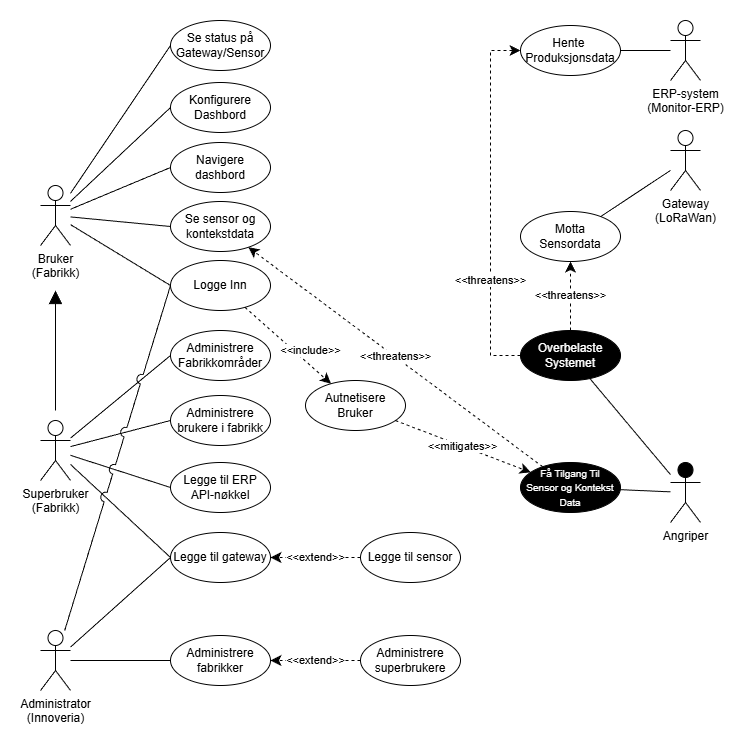
magnusdybdal-snd/innoveria-iot keeps this draw.io diagram as docs/UML/Use-case.drawio_v2.png. Above is the earlier version. Source tidied: cells renumbered, new cells last; positions are measured from the earlier drawing's top-left corner, leaving out a move shared by most shapes.
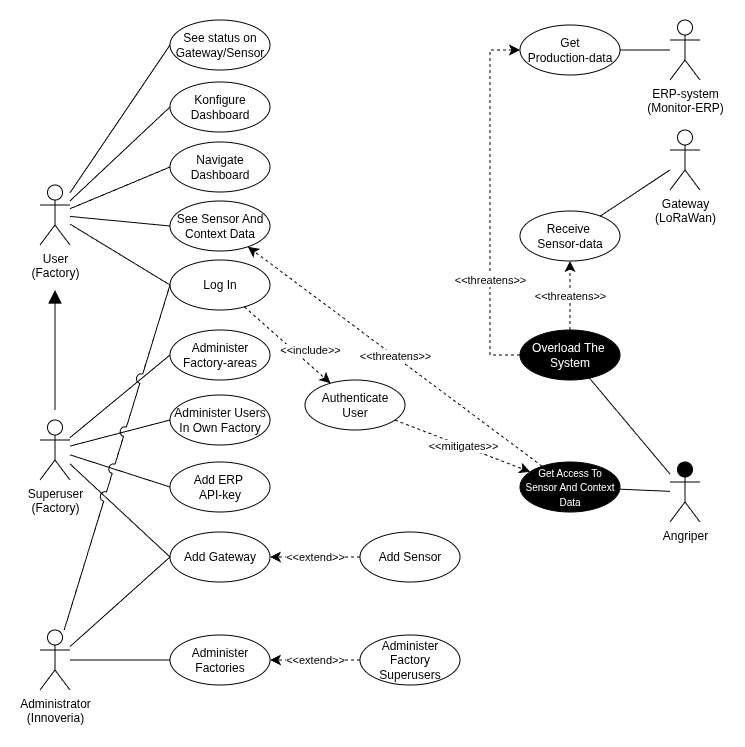
Later version of the same file.

Commit message:
docs: translated domain model and use case to english

What changed in the source:
```diff
@@ -5,7 +5,7 @@
     <mxCell id="2" style="endArrow=none;html=1;rounded=0;entryX=0;entryY=0.5;entryDx=0;entryDy=0;" parent="1" edge="1" source="7" target="48">
       <mxGeometry relative="1" as="geometry" />
     </mxCell>
-    <mxCell id="3" value="Bruker&lt;br&gt;(Fabrikk)" style="shape=umlActor;verticalLabelPosition=bottom;verticalAlign=top;html=1;outlineConnect=0;" parent="1" vertex="1">
+    <mxCell id="3" value="User&lt;br&gt;(Factory)" style="shape=umlActor;verticalLabelPosition=bottom;verticalAlign=top;html=1;outlineConnect=0;" parent="1" vertex="1">
       <mxGeometry y="165" width="30" height="60" as="geometry" />
     </mxCell>
     <mxCell id="4" value="ERP-system&lt;br&gt;(Monitor-ERP)" style="shape=umlActor;verticalLabelPosition=bottom;verticalAlign=top;html=1;outlineConnect=0;" parent="1" vertex="1">
@@ -17,40 +17,40 @@
     <mxCell id="6" value="Administrator&lt;br&gt;(Innoveria)" style="shape=umlActor;verticalLabelPosition=bottom;verticalAlign=top;html=1;outlineConnect=0;" parent="1" vertex="1">
       <mxGeometry y="610" width="30" height="60" as="geometry" />
     </mxCell>
-    <mxCell id="7" value="Superbruker&lt;br&gt;(Fabrikk)" style="shape=umlActor;verticalLabelPosition=bottom;verticalAlign=top;html=1;outlineConnect=0;" parent="1" vertex="1">
+    <mxCell id="7" value="Superuser&lt;br&gt;(Factory)" style="shape=umlActor;verticalLabelPosition=bottom;verticalAlign=top;html=1;outlineConnect=0;" parent="1" vertex="1">
       <mxGeometry y="400" width="30" height="60" as="geometry" />
     </mxCell>
     <mxCell id="8" value="Gateway&lt;br&gt;(LoRaWan)" style="shape=umlActor;verticalLabelPosition=bottom;verticalAlign=top;html=1;outlineConnect=0;" parent="1" vertex="1">
       <mxGeometry x="630" y="110" width="30" height="60" as="geometry" />
     </mxCell>
-    <mxCell id="9" value="Se sensor og kontekstdata" style="ellipse;whiteSpace=wrap;html=1;" parent="1" vertex="1">
+    <mxCell id="9" value="See Sensor And Context Data" style="ellipse;whiteSpace=wrap;html=1;" parent="1" vertex="1">
       <mxGeometry x="130" y="181" width="100" height="50" as="geometry" />
     </mxCell>
-    <mxCell id="10" value="Administrere brukere i fabrikk" style="ellipse;whiteSpace=wrap;html=1;" parent="1" vertex="1">
+    <mxCell id="10" value="Administer Users&lt;br&gt;In Own Factory" style="ellipse;whiteSpace=wrap;html=1;" parent="1" vertex="1">
       <mxGeometry x="130" y="375" width="100" height="50" as="geometry" />
     </mxCell>
-    <mxCell id="11" value="Legge til gateway" style="ellipse;whiteSpace=wrap;html=1;" parent="1" vertex="1">
+    <mxCell id="11" value="Add Gateway" style="ellipse;whiteSpace=wrap;html=1;" parent="1" vertex="1">
       <mxGeometry x="130" y="512" width="100" height="50" as="geometry" />
     </mxCell>
-    <mxCell id="12" value="Legge til sensor" style="ellipse;whiteSpace=wrap;html=1;" parent="1" vertex="1">
+    <mxCell id="12" value="Add Sensor" style="ellipse;whiteSpace=wrap;html=1;" parent="1" vertex="1">
       <mxGeometry x="320" y="512" width="100" height="50" as="geometry" />
     </mxCell>
-    <mxCell id="13" value="Administrere fabrikker" style="ellipse;whiteSpace=wrap;html=1;" parent="1" vertex="1">
+    <mxCell id="13" value="Administer&lt;br&gt;Factories" style="ellipse;whiteSpace=wrap;html=1;" parent="1" vertex="1">
       <mxGeometry x="130" y="615" width="100" height="50" as="geometry" />
     </mxCell>
-    <mxCell id="14" value="Administrere superbrukere" style="ellipse;whiteSpace=wrap;html=1;" parent="1" vertex="1">
+    <mxCell id="14" value="Administer&lt;br&gt;Factory Superusers" style="ellipse;whiteSpace=wrap;html=1;" parent="1" vertex="1">
       <mxGeometry x="320" y="615" width="100" height="50" as="geometry" />
     </mxCell>
-    <mxCell id="15" value="Motta&lt;br&gt;Sensordata" style="ellipse;whiteSpace=wrap;html=1;" parent="1" vertex="1">
+    <mxCell id="15" value="Receive&amp;nbsp;&lt;br&gt;Sensor-data" style="ellipse;whiteSpace=wrap;html=1;" parent="1" vertex="1">
       <mxGeometry x="480" y="191" width="100" height="50" as="geometry" />
     </mxCell>
-    <mxCell id="16" value="Hente&amp;nbsp;&lt;br&gt;Produksjonsdata" style="ellipse;whiteSpace=wrap;html=1;" parent="1" vertex="1">
+    <mxCell id="16" value="Get&lt;br&gt;Production-data" style="ellipse;whiteSpace=wrap;html=1;" parent="1" vertex="1">
       <mxGeometry x="480" y="5" width="100" height="50" as="geometry" />
     </mxCell>
-    <mxCell id="17" value="Navigere dashbord" style="ellipse;whiteSpace=wrap;html=1;" parent="1" vertex="1">
+    <mxCell id="17" value="Navigate&lt;br&gt;Dashboard" style="ellipse;whiteSpace=wrap;html=1;" parent="1" vertex="1">
       <mxGeometry x="130" y="122" width="100" height="50" as="geometry" />
     </mxCell>
-    <mxCell id="18" value="Logge Inn" style="ellipse;whiteSpace=wrap;html=1;" parent="1" vertex="1">
+    <mxCell id="18" value="Log In" style="ellipse;whiteSpace=wrap;html=1;" parent="1" vertex="1">
       <mxGeometry x="130" y="240" width="100" height="50" as="geometry" />
     </mxCell>
     <mxCell id="19" style="endArrow=none;html=1;rounded=0;entryX=0;entryY=0.5;entryDx=0;entryDy=0;" parent="1" edge="1" source="7" target="10">
@@ -80,10 +80,10 @@
     <mxCell id="26" style="endArrow=none;html=1;rounded=0;" parent="1" edge="1" source="8" target="15">
       <mxGeometry relative="1" as="geometry" />
     </mxCell>
-    <mxCell id="27" value="Autnetisere&lt;br&gt;Bruker" style="ellipse;whiteSpace=wrap;html=1;" parent="1" vertex="1">
+    <mxCell id="27" value="Authenticate&lt;br&gt;User" style="ellipse;whiteSpace=wrap;html=1;" parent="1" vertex="1">
       <mxGeometry x="265" y="360" width="100" height="50" as="geometry" />
     </mxCell>
-    <mxCell id="28" value="Konfigurere&lt;br&gt;Dashbord" style="ellipse;whiteSpace=wrap;html=1;" parent="1" vertex="1">
+    <mxCell id="28" value="Konfigure&lt;br&gt;Dashboard" style="ellipse;whiteSpace=wrap;html=1;" parent="1" vertex="1">
       <mxGeometry x="130" y="62" width="100" height="50" as="geometry" />
     </mxCell>
     <mxCell id="29" style="endArrow=none;html=1;rounded=0;exitX=0;exitY=0.5;exitDx=0;exitDy=0;" parent="1" edge="1" source="11" target="6">
@@ -95,7 +95,7 @@
     <mxCell id="31" style="endArrow=none;html=1;rounded=0;exitX=0;exitY=0.5;exitDx=0;exitDy=0;" parent="1" edge="1" source="9" target="3">
       <mxGeometry relative="1" as="geometry" />
     </mxCell>
-    <mxCell id="32" value="&lt;font style=&quot;font-size: 10px;&quot;&gt;Få Tilgang Til&lt;br&gt;Sensor og Kontekst Data&lt;/font&gt;" style="ellipse;whiteSpace=wrap;html=1;fillStyle=solid;fillColor=light-dark(#000000,#000000);fontColor=light-dark(#FFFFFF,#FFFFFF);" parent="1" vertex="1">
+    <mxCell id="32" value="&lt;span style=&quot;font-size: 10px;&quot;&gt;Get Access To Sensor And Context Data&lt;/span&gt;" style="ellipse;whiteSpace=wrap;html=1;fillStyle=solid;fillColor=light-dark(#000000,#000000);fontColor=light-dark(#FFFFFF,#FFFFFF);" parent="1" vertex="1">
       <mxGeometry x="480" y="442" width="100" height="50" as="geometry" />
     </mxCell>
     <mxCell id="33" value="&amp;lt;&amp;lt;include&amp;gt;&amp;gt;" style="endArrow=classic;endSize=8;dashed=1;html=1;rounded=0;endFill=1;" parent="1" edge="1" source="18" target="27">
@@ -119,7 +119,7 @@
     <mxCell id="38" value="&amp;lt;&amp;lt;mitigates&amp;gt;&amp;gt;" style="endArrow=classic;endSize=8;dashed=1;html=1;rounded=0;endFill=1;" parent="1" edge="1" source="27" target="32">
       <mxGeometry relative="1" as="geometry" />
     </mxCell>
-    <mxCell id="39" value="&lt;font style=&quot;&quot;&gt;Overbelaste&lt;/font&gt;&lt;div&gt;&lt;font style=&quot;&quot;&gt;Systemet&lt;/font&gt;&lt;/div&gt;" style="ellipse;whiteSpace=wrap;html=1;fillStyle=solid;fillColor=light-dark(#000000,#000000);fontColor=light-dark(#FFFFFF,#FFFFFF);" parent="1" vertex="1">
+    <mxCell id="39" value="Overload The&amp;nbsp;&lt;br&gt;System" style="ellipse;whiteSpace=wrap;html=1;fillStyle=solid;fillColor=light-dark(#000000,#000000);fontColor=light-dark(#FFFFFF,#FFFFFF);" parent="1" vertex="1">
       <mxGeometry x="480" y="310" width="100" height="50" as="geometry" />
     </mxCell>
     <mxCell id="40" style="endArrow=none;html=1;rounded=0;" parent="1" edge="1" source="5" target="39">
@@ -137,7 +137,7 @@
     <mxCell id="42" value="&amp;lt;&amp;lt;threatens&amp;gt;&amp;gt;" style="endArrow=classic;endSize=8;dashed=1;html=1;rounded=0;endFill=1;" parent="1" edge="1" source="39" target="15">
       <mxGeometry relative="1" as="geometry" />
     </mxCell>
-    <mxCell id="43" value="Legge til ERP&lt;br&gt;API-nøkkel" style="ellipse;whiteSpace=wrap;html=1;" parent="1" vertex="1">
+    <mxCell id="43" value="Add ERP&amp;nbsp;&lt;br&gt;API-key" style="ellipse;whiteSpace=wrap;html=1;" parent="1" vertex="1">
       <mxGeometry x="130" y="442" width="100" height="50" as="geometry" />
     </mxCell>
     <mxCell id="44" style="endArrow=none;html=1;rounded=0;exitX=0;exitY=0.5;exitDx=0;exitDy=0;" parent="1" edge="1" source="43" target="7">
@@ -146,13 +146,13 @@
     <mxCell id="45" style="endArrow=none;html=1;rounded=0;jumpStyle=arc;jumpSize=10;exitX=0;exitY=0.5;exitDx=0;exitDy=0;" parent="1" edge="1" source="18" target="6">
       <mxGeometry relative="1" as="geometry" />
     </mxCell>
-    <mxCell id="46" value="Se status på&lt;div&gt;Gateway/Sensor&lt;/div&gt;" style="ellipse;whiteSpace=wrap;html=1;" parent="1" vertex="1">
+    <mxCell id="46" value="See status on Gateway/Sensor" style="ellipse;whiteSpace=wrap;html=1;" parent="1" vertex="1">
       <mxGeometry x="130" width="100" height="50" as="geometry" />
     </mxCell>
     <mxCell id="47" style="endArrow=none;html=1;rounded=0;exitX=0;exitY=0.5;exitDx=0;exitDy=0;" parent="1" edge="1" source="46" target="3">
       <mxGeometry relative="1" as="geometry" />
     </mxCell>
-    <mxCell id="48" value="Administrere Fabrikkområder" style="ellipse;whiteSpace=wrap;html=1;" parent="1" vertex="1">
+    <mxCell id="48" value="Administer&lt;br&gt;Factory-areas" style="ellipse;whiteSpace=wrap;html=1;" parent="1" vertex="1">
       <mxGeometry x="130" y="310" width="100" height="50" as="geometry" />
     </mxCell>
   </root>
```
